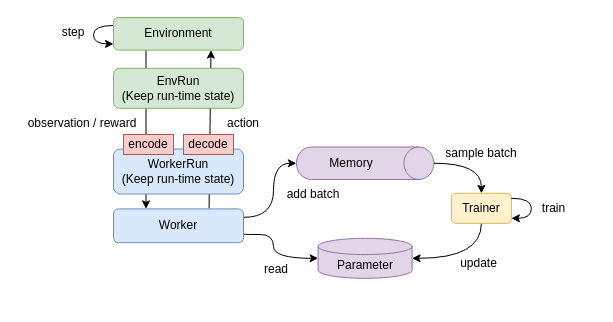
This is page "sequence" (1 of 5) of diagrams/overview.drawio from pocokhc/simple_distributed_rl, a draw.io file, before an edit. Source tidied: cells renumbered, new cells numbered last; positions are measured from the earlier drawing's top-left corner, leaving out a move shared by most shapes. Both pictures are drawn from the tidied source at 100%, with x=0, y=0 at pixel (17, 17).
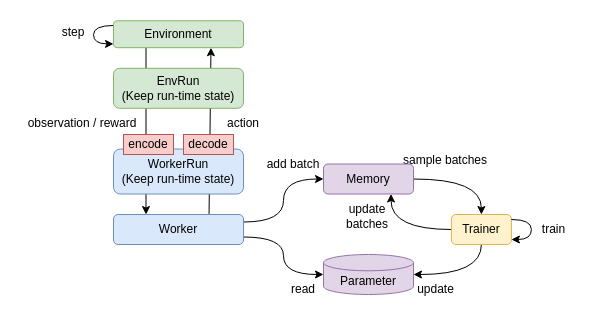
After the change.

Diff of the diagram source:
```diff
@@
     <mxCell id="4" style="edgeStyle=orthogonalEdgeStyle;curved=1;rounded=0;jettySize=auto;html=1;exitX=0;exitY=0.5;exitDx=0;exitDy=0;exitPerimeter=0;endArrow=none;endFill=0;startArrow=classic;startFill=1;entryX=1;entryY=0.75;entryDx=0;entryDy=0;" parent="1" edge="1" source="5" target="26">
       <mxGeometry relative="1" as="geometry">
         <Array as="points">
-          <mxPoint x="256" y="241" />
-          <mxPoint x="256" y="217" />
-          <mxPoint x="229" y="217" />
+          <mxPoint x="266" y="257" />
+          <mxPoint x="266" y="220" />
+          <mxPoint x="226" y="220" />
         </Array>
       </mxGeometry>
     </mxCell>
     <mxCell id="5" value="Parameter" style="shape=cylinder3;whiteSpace=wrap;html=1;boundedLbl=1;backgroundOutline=1;size=8.142857142857167;fillColor=#e1d5e7;strokeColor=#9673a6;" parent="1" vertex="1">
-      <mxGeometry x="300.6" y="220.8" width="94" height="40" as="geometry" />
+      <mxGeometry x="306" y="237" width="90" height="40" as="geometry" />
     </mxCell>
@@
+    <mxCell id="29" style="edgeStyle=orthogonalEdgeStyle;rounded=0;jettySize=auto;html=1;entryX=0.75;entryY=1;entryDx=0;entryDy=0;curved=1;" parent="1" edge="1" source="7" target="15">
+      <mxGeometry relative="1" as="geometry" />
+    </mxCell>
     <mxCell id="7" value="Trainer" style="rounded=1;whiteSpace=wrap;html=1;fillColor=#fff2cc;strokeColor=#d6b656;" parent="1" vertex="1">
-      <mxGeometry x="433.9" y="175.8" width="60" height="30" as="geometry" />
+      <mxGeometry x="433.9" y="197" width="60" height="30" as="geometry" />
     </mxCell>
@@
-    <mxCell id="10" style="edgeStyle=orthogonalEdgeStyle;curved=1;rounded=0;jettySize=auto;html=1;entryX=0.5;entryY=1;entryDx=0;entryDy=0;entryPerimeter=0;exitX=1;exitY=0.25;exitDx=0;exitDy=0;" parent="1" edge="1" source="26" target="14">
+    <mxCell id="10" style="edgeStyle=orthogonalEdgeStyle;curved=1;rounded=0;jettySize=auto;html=1;entryX=0;entryY=0.5;entryDx=0;entryDy=0;exitX=1;exitY=0.25;exitDx=0;exitDy=0;" parent="1" edge="1" source="26" target="15">
       <mxGeometry relative="1" as="geometry">
         <Array as="points">
-          <mxPoint x="256" y="200" />
-          <mxPoint x="256" y="146" />
-          <mxPoint x="279" y="146" />
+          <mxPoint x="266" y="205" />
+          <mxPoint x="266" y="162" />
+          <mxPoint x="306" y="162" />
         </Array>
       </mxGeometry>
     </mxCell>
@@
-    <mxCell id="13" style="group;" parent="1" vertex="1">
-      <mxGeometry x="278.9" y="129.5" width="137.5" height="32.5" as="geometry" />
-    </mxCell>
-    <mxCell id="14" style="shape=cylinder3;whiteSpace=wrap;html=1;boundedLbl=1;backgroundOutline=1;size=15;rotation=90;fillColor=#e1d5e7;strokeColor=#9673a6;" parent="13" vertex="1">
-      <mxGeometry x="52.5" y="-52.5" width="32.5" height="137.5" as="geometry" />
-    </mxCell>
-    <mxCell id="15" value="Memory" style="text;html=1;strokeColor=none;fillColor=none;align=center;verticalAlign=middle;whiteSpace=wrap;rounded=0;" parent="13" vertex="1">
-      <mxGeometry x="25" y="1.2" width="60" height="30" as="geometry" />
-    </mxCell>
     <mxCell id="16" value="add batch" style="text;html=1;strokeColor=none;fillColor=none;align=center;verticalAlign=middle;whiteSpace=wrap;rounded=0;" parent="1" vertex="1">
-      <mxGeometry x="266" y="162" width="60" height="30" as="geometry" />
+      <mxGeometry x="246" y="131.5" width="60" height="30" as="geometry" />
     </mxCell>
-    <mxCell id="17" style="edgeStyle=orthogonalEdgeStyle;curved=1;rounded=0;jettySize=auto;html=1;exitX=0.5;exitY=0;exitDx=0;exitDy=0;exitPerimeter=0;entryX=0.5;entryY=0;entryDx=0;entryDy=0;" parent="1" edge="1" source="14" target="7">
+    <mxCell id="17" style="edgeStyle=orthogonalEdgeStyle;curved=1;rounded=0;jettySize=auto;html=1;exitX=1;exitY=0.5;exitDx=0;exitDy=0;entryX=0.5;entryY=0;entryDx=0;entryDy=0;" parent="1" edge="1" source="15" target="7">
       <mxGeometry relative="1" as="geometry" />
     </mxCell>
-    <mxCell id="18" value="sample batch" style="text;html=1;strokeColor=none;fillColor=none;align=center;verticalAlign=middle;whiteSpace=wrap;rounded=0;" parent="1" vertex="1">
-      <mxGeometry x="418.9" y="120.8" width="90" height="30" as="geometry" />
+    <mxCell id="18" value="sample batches" style="text;html=1;strokeColor=none;fillColor=none;align=center;verticalAlign=middle;whiteSpace=wrap;rounded=0;" parent="1" vertex="1">
+      <mxGeometry x="383" y="127.5" width="90" height="30" as="geometry" />
     </mxCell>
     <mxCell id="19" value="update" style="text;html=1;strokeColor=none;fillColor=none;align=center;verticalAlign=middle;whiteSpace=wrap;rounded=0;" parent="1" vertex="1">
-      <mxGeometry x="418.9" y="230.8" width="85" height="30" as="geometry" />
+      <mxGeometry x="376" y="257" width="85" height="30" as="geometry" />
     </mxCell>
     <mxCell id="20" value="read" style="text;html=1;strokeColor=none;fillColor=none;align=center;verticalAlign=middle;whiteSpace=wrap;rounded=0;" parent="1" vertex="1">
-      <mxGeometry x="228.9" y="237" width="60" height="30" as="geometry" />
+      <mxGeometry x="256" y="257" width="60" height="30" as="geometry" />
     </mxCell>
@@
     <mxCell id="22" value="train" style="text;html=1;strokeColor=none;fillColor=none;align=center;verticalAlign=middle;whiteSpace=wrap;rounded=0;" parent="1" vertex="1">
-      <mxGeometry x="493.9" y="175.8" width="85" height="30" as="geometry" />
+      <mxGeometry x="493.9" y="197" width="85" height="30" as="geometry" />
     </mxCell>
     <mxCell id="23" value="Environment" style="rounded=1;whiteSpace=wrap;html=1;fillColor=#d5e8d4;strokeColor=#82b366;" parent="1" vertex="1">
-      <mxGeometry x="96" y="0.1" width="130" height="32.5" as="geometry" />
+      <mxGeometry x="96" y="3.3" width="130" height="26.9" as="geometry" />
     </mxCell>
@@
     <mxCell id="26" value="Worker" style="rounded=1;whiteSpace=wrap;html=1;fillColor=#dae8fc;strokeColor=#6c8ebf;" parent="1" vertex="1">
-      <mxGeometry x="96" y="191.4" width="130" height="33.8" as="geometry" />
+      <mxGeometry x="96" y="197" width="130" height="30" as="geometry" />
     </mxCell>
@@
+    <mxCell id="15" value="Memory" style="rounded=1;whiteSpace=wrap;html=1;fillColor=#e1d5e7;strokeColor=#9673a6;" parent="1" vertex="1">
+      <mxGeometry x="306" y="146.5" width="90" height="30" as="geometry" />
+    </mxCell>
+    <mxCell id="30" value="update&lt;div&gt;batches&lt;/div&gt;" style="text;html=1;strokeColor=none;fillColor=none;align=center;verticalAlign=middle;whiteSpace=wrap;rounded=0;" parent="1" vertex="1">
+      <mxGeometry x="305" y="184" width="90" height="30" as="geometry" />
+    </mxCell>
```
